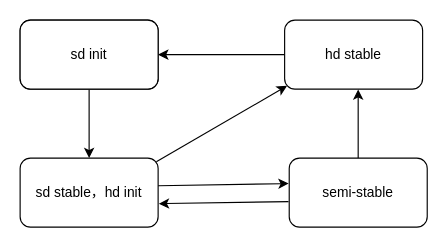
The draw.io diagram hmm_sdhd.drawio in xhzhuhit/Trajectory_Compression_Algorithms, before the edit. Source tidied: cells renumbered, new cells numbered last; positions are measured from the earlier drawing's top-left corner, leaving out a move shared by most shapes. Both pictures are drawn from the tidied source at 115%, with x=0, y=0 at pixel (20, 20).
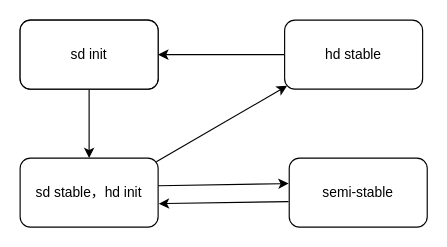
Above is the later version.

Diff of the diagram source:
```diff
@@
 <mxGraphModel>
   <root>
     <mxCell id="0" />
     <mxCell id="1" parent="0" />
     <mxCell id="2" value="sd init" style="rounded=1;whiteSpace=wrap;html=1;" parent="1" vertex="1">
       <mxGeometry width="120" height="60" as="geometry" />
     </mxCell>
     <mxCell id="3" style="edgeStyle=orthogonalEdgeStyle;rounded=0;jettySize=auto;html=1;exitX=0.5;exitY=1;exitDx=0;exitDy=0;entryX=0.5;entryY=0;entryDx=0;entryDy=0;" parent="1" edge="1" source="4" target="5">
       <mxGeometry relative="1" as="geometry" />
     </mxCell>
     <mxCell id="4" value="sd init" style="rounded=1;whiteSpace=wrap;html=1;" parent="1" vertex="1">
       <mxGeometry width="120" height="60" as="geometry" />
     </mxCell>
     <mxCell id="5" value="sd stable，hd init" style="rounded=1;whiteSpace=wrap;html=1;" parent="1" vertex="1">
       <mxGeometry y="120" width="120" height="60" as="geometry" />
     </mxCell>
     <mxCell id="6" style="edgeStyle=orthogonalEdgeStyle;rounded=0;jettySize=auto;html=1;entryX=1;entryY=0.5;entryDx=0;entryDy=0;" parent="1" edge="1" source="7" target="4">
       <mxGeometry relative="1" as="geometry" />
     </mxCell>
     <mxCell id="7" value="hd stable" style="rounded=1;whiteSpace=wrap;html=1;" parent="1" vertex="1">
       <mxGeometry x="230" width="120" height="60" as="geometry" />
     </mxCell>
-    <mxCell id="8" style="edgeStyle=orthogonalEdgeStyle;rounded=0;jettySize=auto;html=1;entryX=0.533;entryY=1.005;entryDx=0;entryDy=0;entryPerimeter=0;" parent="1" edge="1" source="9" target="7">
-      <mxGeometry relative="1" as="geometry" />
-    </mxCell>
     <mxCell id="9" value="semi-stable" style="rounded=1;whiteSpace=wrap;html=1;" parent="1" vertex="1">
       <mxGeometry x="234" y="120" width="120" height="60" as="geometry" />
     </mxCell>
     <mxCell id="10" style="endArrow=classic;html=1;entryX=0.018;entryY=0.952;entryDx=0;entryDy=0;entryPerimeter=0;exitX=0.987;exitY=0.053;exitDx=0;exitDy=0;exitPerimeter=0;" parent="1" edge="1" source="5" target="7">
       <mxGeometry relative="1" as="geometry" />
     </mxCell>
     <mxCell id="11" style="endArrow=classic;html=1;exitX=1;exitY=0.4;exitDx=0;exitDy=0;exitPerimeter=0;entryX=-0.004;entryY=0.369;entryDx=0;entryDy=0;entryPerimeter=0;" parent="1" edge="1" source="5" target="9">
       <mxGeometry relative="1" as="geometry" />
     </mxCell>
     <mxCell id="12" style="endArrow=classic;html=1;entryX=1.005;entryY=0.66;entryDx=0;entryDy=0;entryPerimeter=0;exitX=-0.005;exitY=0.63;exitDx=0;exitDy=0;exitPerimeter=0;" parent="1" edge="1" source="9" target="5">
       <mxGeometry relative="1" as="geometry" />
     </mxCell>
   </root>
 </mxGraphModel>
```
